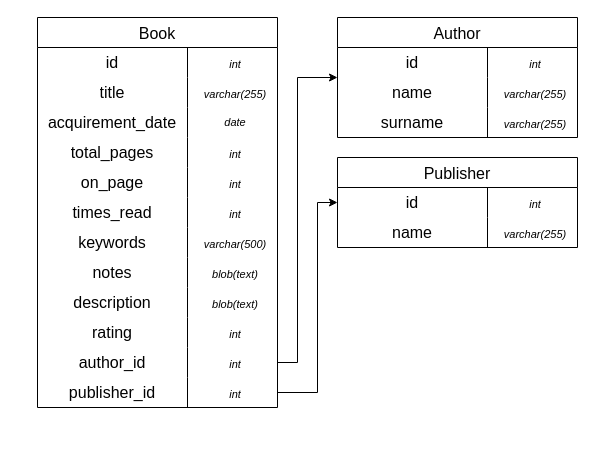
Earlier version of the draw.io diagram db/BooksDb.drawio (samzvi/BookDb). Source tidied: cells renumbered, new cells numbered last; positions are measured from the earlier drawing's top-left corner, leaving out a move shared by most shapes. Both pictures are drawn from the tidied source at 100%, with x=0, y=0 at pixel (37, 17).
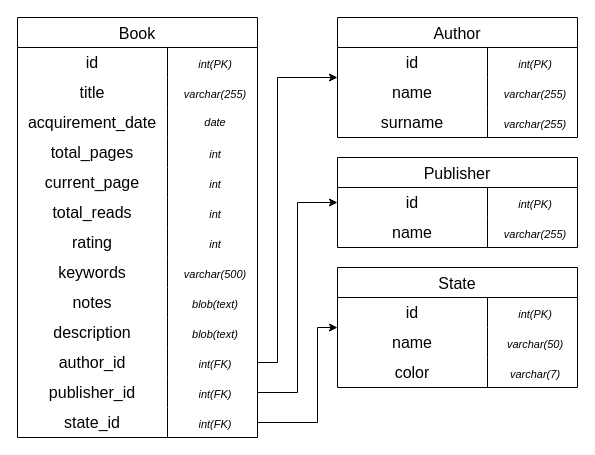
The same page after the edit.

Commit message (it also covers changes not shown here):
Updated db to contain State table

The change refers to these unchanged cells:
```xml
<mxCell id="3" style="shape=tableRow;horizontal=0;startSize=0;swimlaneHead=0;swimlaneBody=0;top=0;left=0;bottom=0;right=0;fillColor=none;strokeColor=inherit;fontSize=16;" parent="2" vertex="1">
  <mxGeometry y="30" width="240" height="30" as="geometry" />
</mxCell>
<mxCell id="15" style="shape=tableRow;horizontal=0;startSize=0;swimlaneHead=0;swimlaneBody=0;top=0;left=0;bottom=0;right=0;fillColor=none;strokeColor=inherit;fontSize=16;" parent="2" vertex="1">
  <mxGeometry y="150" width="240" height="30" as="geometry" />
</mxCell>
<mxCell id="18" style="shape=tableRow;horizontal=0;startSize=0;swimlaneHead=0;swimlaneBody=0;top=0;left=0;bottom=0;right=0;fillColor=none;strokeColor=inherit;fontSize=16;" parent="2" vertex="1">
  <mxGeometry y="180" width="240" height="30" as="geometry" />
</mxCell>
<mxCell id="33" style="shape=tableRow;horizontal=0;startSize=0;swimlaneHead=0;swimlaneBody=0;top=0;left=0;bottom=0;right=0;fillColor=none;points=[[0,0.5],[1,0.5]];portConstraint=eastwest;strokeColor=inherit;fontSize=16;" parent="2" vertex="1">
  <mxGeometry y="330" width="240" height="30" as="geometry" />
</mxCell>
<mxCell id="36" style="shape=tableRow;horizontal=0;startSize=0;swimlaneHead=0;swimlaneBody=0;top=0;left=0;bottom=0;right=0;fillColor=none;points=[[0,0.5],[1,0.5]];portConstraint=eastwest;strokeColor=inherit;fontSize=16;" parent="2" vertex="1">
  <mxGeometry y="360" width="240" height="30" as="geometry" />
</mxCell>
<mxCell id="39" value="Author" style="shape=table;startSize=30;childLayout=tableLayout;rowLines=0;fontStyle=0;strokeColor=default;fontSize=16;" parent="1" vertex="1">
  <mxGeometry x="300" width="240" height="120" as="geometry" />
</mxCell>
<mxCell id="40" style="shape=tableRow;horizontal=0;startSize=0;swimlaneHead=0;swimlaneBody=0;top=0;left=0;bottom=0;right=0;fillColor=none;strokeColor=inherit;fontSize=16;" parent="39" vertex="1">
  <mxGeometry y="30" width="240" height="30" as="geometry" />
</mxCell>
<mxCell id="49" value="Publisher" style="shape=table;startSize=30;childLayout=tableLayout;rowLines=0;fontStyle=0;strokeColor=default;fontSize=16;" parent="1" vertex="1">
  <mxGeometry x="300" y="140" width="240" height="90" as="geometry" />
</mxCell>
<mxCell id="50" style="shape=tableRow;horizontal=0;startSize=0;swimlaneHead=0;swimlaneBody=0;top=0;left=0;bottom=0;right=0;fillColor=none;strokeColor=inherit;fontSize=16;" parent="49" vertex="1">
  <mxGeometry y="30" width="240" height="30" as="geometry" />
</mxCell>
```

The edit, as a diff of the source:
```diff
@@
     <mxCell id="2" value="Book" style="shape=table;startSize=30;childLayout=tableLayout;rowLines=0;fontStyle=0;strokeColor=default;fontSize=16;" parent="1" vertex="1">
-      <mxGeometry width="240" height="390" as="geometry" />
+      <mxGeometry x="-20" width="240" height="420" as="geometry" />
     </mxCell>
@@
-    <mxCell id="5" value="&lt;font style=&quot;font-size: 11px;&quot;&gt;&lt;i&gt;int&lt;/i&gt;&lt;/font&gt;" style="shape=partialRectangle;html=1;whiteSpace=wrap;fillColor=none;top=0;left=0;bottom=0;right=0;align=center;spacingLeft=6;overflow=hidden;strokeColor=inherit;fontSize=16;" parent="3" vertex="1">
+    <mxCell id="5" value="&lt;font style=&quot;font-size: 11px;&quot;&gt;&lt;i&gt;int(PK)&lt;/i&gt;&lt;/font&gt;" style="shape=partialRectangle;html=1;whiteSpace=wrap;fillColor=none;top=0;left=0;bottom=0;right=0;align=center;spacingLeft=6;overflow=hidden;strokeColor=inherit;fontSize=16;" parent="3" vertex="1">
       <mxGeometry x="150" width="90" height="30" as="geometry" />
     </mxCell>
@@
-    <mxCell id="16" value="on_page" style="shape=partialRectangle;html=1;whiteSpace=wrap;fillColor=none;top=0;left=0;bottom=0;right=0;overflow=hidden;strokeColor=inherit;fontSize=16;" parent="15" vertex="1">
+    <mxCell id="16" value="current_page" style="shape=partialRectangle;html=1;whiteSpace=wrap;fillColor=none;top=0;left=0;bottom=0;right=0;overflow=hidden;strokeColor=inherit;fontSize=16;" parent="15" vertex="1">
       <mxGeometry width="150" height="30" as="geometry" />
     </mxCell>
@@
-    <mxCell id="19" value="times_read" style="shape=partialRectangle;html=1;whiteSpace=wrap;fillColor=none;top=0;left=0;bottom=0;right=0;overflow=hidden;strokeColor=inherit;fontSize=16;" parent="18" vertex="1">
+    <mxCell id="19" value="total_reads" style="shape=partialRectangle;html=1;whiteSpace=wrap;fillColor=none;top=0;left=0;bottom=0;right=0;overflow=hidden;strokeColor=inherit;fontSize=16;" parent="18" vertex="1">
       <mxGeometry width="150" height="30" as="geometry" />
     </mxCell>
@@
+    <mxCell id="30" style="shape=tableRow;horizontal=0;startSize=0;swimlaneHead=0;swimlaneBody=0;top=0;left=0;bottom=0;right=0;fillColor=none;strokeColor=inherit;fontSize=16;" parent="2" vertex="1">
+      <mxGeometry y="210" width="240" height="30" as="geometry" />
+    </mxCell>
+    <mxCell id="31" value="rating" style="shape=partialRectangle;html=1;whiteSpace=wrap;fillColor=none;top=0;left=0;bottom=0;right=0;overflow=hidden;strokeColor=inherit;fontSize=16;" parent="30" vertex="1">
+      <mxGeometry width="150" height="30" as="geometry" />
+    </mxCell>
+    <mxCell id="32" value="&lt;span style=&quot;font-size: 11px;&quot;&gt;&lt;i&gt;int&lt;/i&gt;&lt;/span&gt;" style="shape=partialRectangle;html=1;whiteSpace=wrap;fillColor=none;top=0;left=0;bottom=0;right=0;align=center;spacingLeft=6;overflow=hidden;strokeColor=inherit;fontSize=16;" parent="30" vertex="1">
+      <mxGeometry x="150" width="90" height="30" as="geometry" />
+    </mxCell>
     <mxCell id="21" style="shape=tableRow;horizontal=0;startSize=0;swimlaneHead=0;swimlaneBody=0;top=0;left=0;bottom=0;right=0;fillColor=none;strokeColor=inherit;fontSize=16;" parent="2" vertex="1">
-      <mxGeometry y="210" width="240" height="30" as="geometry" />
+      <mxGeometry y="240" width="240" height="30" as="geometry" />
     </mxCell>
@@
     <mxCell id="24" style="shape=tableRow;horizontal=0;startSize=0;swimlaneHead=0;swimlaneBody=0;top=0;left=0;bottom=0;right=0;fillColor=none;strokeColor=inherit;fontSize=16;" parent="2" vertex="1">
-      <mxGeometry y="240" width="240" height="30" as="geometry" />
+      <mxGeometry y="270" width="240" height="30" as="geometry" />
     </mxCell>
@@
     <mxCell id="27" style="shape=tableRow;horizontal=0;startSize=0;swimlaneHead=0;swimlaneBody=0;top=0;left=0;bottom=0;right=0;fillColor=none;strokeColor=inherit;fontSize=16;" parent="2" vertex="1">
-      <mxGeometry y="270" width="240" height="30" as="geometry" />
+      <mxGeometry y="300" width="240" height="30" as="geometry" />
     </mxCell>
@@
-    <mxCell id="30" style="shape=tableRow;horizontal=0;startSize=0;swimlaneHead=0;swimlaneBody=0;top=0;left=0;bottom=0;right=0;fillColor=none;strokeColor=inherit;fontSize=16;" parent="2" vertex="1">
-      <mxGeometry y="300" width="240" height="30" as="geometry" />
-    </mxCell>
-    <mxCell id="31" value="rating" style="shape=partialRectangle;html=1;whiteSpace=wrap;fillColor=none;top=0;left=0;bottom=0;right=0;overflow=hidden;strokeColor=inherit;fontSize=16;" parent="30" vertex="1">
-      <mxGeometry width="150" height="30" as="geometry" />
-    </mxCell>
-    <mxCell id="32" value="&lt;span style=&quot;font-size: 11px;&quot;&gt;&lt;i&gt;int&lt;/i&gt;&lt;/span&gt;" style="shape=partialRectangle;html=1;whiteSpace=wrap;fillColor=none;top=0;left=0;bottom=0;right=0;align=center;spacingLeft=6;overflow=hidden;strokeColor=inherit;fontSize=16;" parent="30" vertex="1">
-      <mxGeometry x="150" width="90" height="30" as="geometry" />
-    </mxCell>
@@
-    <mxCell id="35" value="&lt;span style=&quot;font-size: 11px;&quot;&gt;&lt;i&gt;int&lt;/i&gt;&lt;/span&gt;" style="shape=partialRectangle;html=1;whiteSpace=wrap;fillColor=none;top=0;left=0;bottom=0;right=0;align=center;spacingLeft=6;overflow=hidden;strokeColor=inherit;fontSize=16;" parent="33" vertex="1">
+    <mxCell id="35" value="&lt;span style=&quot;font-size: 11px;&quot;&gt;&lt;i&gt;int(FK)&lt;/i&gt;&lt;/span&gt;" style="shape=partialRectangle;html=1;whiteSpace=wrap;fillColor=none;top=0;left=0;bottom=0;right=0;align=center;spacingLeft=6;overflow=hidden;strokeColor=inherit;fontSize=16;" parent="33" vertex="1">
       <mxGeometry x="150" width="90" height="30" as="geometry" />
     </mxCell>
@@
-    <mxCell id="38" value="&lt;span style=&quot;font-size: 11px;&quot;&gt;&lt;i&gt;int&lt;/i&gt;&lt;/span&gt;" style="shape=partialRectangle;html=1;whiteSpace=wrap;fillColor=none;top=0;left=0;bottom=0;right=0;align=center;spacingLeft=6;overflow=hidden;strokeColor=inherit;fontSize=16;" parent="36" vertex="1">
+    <mxCell id="38" value="&lt;span style=&quot;font-size: 11px;&quot;&gt;&lt;i&gt;int(FK)&lt;/i&gt;&lt;/span&gt;" style="shape=partialRectangle;html=1;whiteSpace=wrap;fillColor=none;top=0;left=0;bottom=0;right=0;align=center;spacingLeft=6;overflow=hidden;strokeColor=inherit;fontSize=16;" parent="36" vertex="1">
       <mxGeometry x="150" width="90" height="30" as="geometry" />
     </mxCell>
+    <mxCell id="58" style="shape=tableRow;horizontal=0;startSize=0;swimlaneHead=0;swimlaneBody=0;top=0;left=0;bottom=0;right=0;fillColor=none;points=[[0,0.5],[1,0.5]];portConstraint=eastwest;strokeColor=inherit;fontSize=16;" parent="2" vertex="1">
+      <mxGeometry y="390" width="240" height="30" as="geometry" />
+    </mxCell>
+    <mxCell id="59" value="state_id" style="shape=partialRectangle;html=1;whiteSpace=wrap;fillColor=none;top=0;left=0;bottom=0;right=0;overflow=hidden;strokeColor=inherit;fontSize=16;" parent="58" vertex="1">
+      <mxGeometry width="150" height="30" as="geometry" />
+    </mxCell>
+    <mxCell id="60" value="&lt;span style=&quot;font-size: 11px;&quot;&gt;&lt;i&gt;int(FK)&lt;/i&gt;&lt;/span&gt;" style="shape=partialRectangle;html=1;whiteSpace=wrap;fillColor=none;top=0;left=0;bottom=0;right=0;align=center;spacingLeft=6;overflow=hidden;strokeColor=inherit;fontSize=16;" parent="58" vertex="1">
+      <mxGeometry x="150" width="90" height="30" as="geometry" />
+    </mxCell>
@@
-    <mxCell id="42" value="&lt;font style=&quot;font-size: 11px;&quot;&gt;&lt;i&gt;int&lt;/i&gt;&lt;/font&gt;" style="shape=partialRectangle;html=1;whiteSpace=wrap;fillColor=none;top=0;left=0;bottom=0;right=0;align=center;spacingLeft=6;overflow=hidden;strokeColor=inherit;fontSize=16;" parent="40" vertex="1">
+    <mxCell id="42" value="&lt;font style=&quot;font-size: 11px;&quot;&gt;&lt;i&gt;int&lt;/i&gt;&lt;/font&gt;&lt;i style=&quot;font-size: 11px; background-color: transparent; color: light-dark(rgb(0, 0, 0), rgb(255, 255, 255));&quot;&gt;(PK)&lt;/i&gt;" style="shape=partialRectangle;html=1;whiteSpace=wrap;fillColor=none;top=0;left=0;bottom=0;right=0;align=center;spacingLeft=6;overflow=hidden;strokeColor=inherit;fontSize=16;" parent="40" vertex="1">
       <mxGeometry x="150" width="90" height="30" as="geometry" />
     </mxCell>
@@
-    <mxCell id="52" value="&lt;font style=&quot;font-size: 11px;&quot;&gt;&lt;i&gt;int&lt;/i&gt;&lt;/font&gt;" style="shape=partialRectangle;html=1;whiteSpace=wrap;fillColor=none;top=0;left=0;bottom=0;right=0;align=center;spacingLeft=6;overflow=hidden;strokeColor=inherit;fontSize=16;" parent="50" vertex="1">
+    <mxCell id="52" value="&lt;font style=&quot;font-size: 11px;&quot;&gt;&lt;i&gt;int(PK)&lt;/i&gt;&lt;/font&gt;" style="shape=partialRectangle;html=1;whiteSpace=wrap;fillColor=none;top=0;left=0;bottom=0;right=0;align=center;spacingLeft=6;overflow=hidden;strokeColor=inherit;fontSize=16;" parent="50" vertex="1">
       <mxGeometry x="150" width="90" height="30" as="geometry" />
     </mxCell>
@@
     <mxCell id="56" style="edgeStyle=orthogonalEdgeStyle;rounded=0;jettySize=auto;html=1;" parent="1" edge="1" source="33" target="39">
       <mxGeometry relative="1" as="geometry">
         <Array as="points">
-          <mxPoint x="260" y="345" />
-          <mxPoint x="260" y="60" />
+          <mxPoint x="240" y="345" />
+          <mxPoint x="240" y="60" />
         </Array>
       </mxGeometry>
     </mxCell>
     <mxCell id="57" style="edgeStyle=orthogonalEdgeStyle;rounded=0;jettySize=auto;html=1;" parent="1" edge="1" source="36" target="49">
       <mxGeometry relative="1" as="geometry">
         <Array as="points">
-          <mxPoint x="280" y="375" />
-          <mxPoint x="280" y="185" />
+          <mxPoint x="260" y="375" />
+          <mxPoint x="260" y="185" />
         </Array>
       </mxGeometry>
     </mxCell>
+    <mxCell id="61" value="State" style="shape=table;startSize=30;childLayout=tableLayout;rowLines=0;fontStyle=0;strokeColor=default;fontSize=16;" parent="1" vertex="1">
+      <mxGeometry x="300" y="250" width="240" height="120" as="geometry" />
+    </mxCell>
+    <mxCell id="62" style="shape=tableRow;horizontal=0;startSize=0;swimlaneHead=0;swimlaneBody=0;top=0;left=0;bottom=0;right=0;fillColor=none;strokeColor=inherit;fontSize=16;" parent="61" vertex="1">
+      <mxGeometry y="30" width="240" height="30" as="geometry" />
+    </mxCell>
+    <mxCell id="63" value="id" style="shape=partialRectangle;html=1;whiteSpace=wrap;fillColor=none;top=0;left=0;bottom=0;right=0;overflow=hidden;strokeColor=inherit;fontSize=16;" parent="62" vertex="1">
+      <mxGeometry width="150" height="30" as="geometry" />
+    </mxCell>
+    <mxCell id="64" value="&lt;font style=&quot;font-size: 11px;&quot;&gt;&lt;i&gt;int&lt;/i&gt;&lt;/font&gt;&lt;i style=&quot;font-size: 11px; background-color: transparent; color: light-dark(rgb(0, 0, 0), rgb(255, 255, 255));&quot;&gt;(PK)&lt;/i&gt;" style="shape=partialRectangle;html=1;whiteSpace=wrap;fillColor=none;top=0;left=0;bottom=0;right=0;align=center;spacingLeft=6;overflow=hidden;strokeColor=inherit;fontSize=16;" parent="62" vertex="1">
+      <mxGeometry x="150" width="90" height="30" as="geometry" />
+    </mxCell>
+    <mxCell id="65" style="shape=tableRow;horizontal=0;startSize=0;swimlaneHead=0;swimlaneBody=0;top=0;left=0;bottom=0;right=0;fillColor=none;strokeColor=inherit;fontSize=16;" parent="61" vertex="1">
+      <mxGeometry y="60" width="240" height="30" as="geometry" />
+    </mxCell>
+    <mxCell id="66" value="name" style="shape=partialRectangle;html=1;whiteSpace=wrap;fillColor=none;top=0;left=0;bottom=0;right=0;overflow=hidden;strokeColor=inherit;fontSize=16;" parent="65" vertex="1">
+      <mxGeometry width="150" height="30" as="geometry" />
+    </mxCell>
+    <mxCell id="67" value="&lt;font style=&quot;line-height: 100%; font-size: 11px;&quot;&gt;&lt;i&gt;varchar(50)&lt;/i&gt;&lt;/font&gt;" style="shape=partialRectangle;html=1;whiteSpace=wrap;fillColor=none;top=0;left=0;bottom=0;right=0;align=center;spacingLeft=6;overflow=hidden;strokeColor=inherit;fontSize=16;" parent="65" vertex="1">
+      <mxGeometry x="150" width="90" height="30" as="geometry" />
+    </mxCell>
+    <mxCell id="68" style="shape=tableRow;horizontal=0;startSize=0;swimlaneHead=0;swimlaneBody=0;top=0;left=0;bottom=0;right=0;fillColor=none;strokeColor=inherit;fontSize=16;" parent="61" vertex="1">
+      <mxGeometry y="90" width="240" height="30" as="geometry" />
+    </mxCell>
+    <mxCell id="69" value="color" style="shape=partialRectangle;html=1;whiteSpace=wrap;fillColor=none;top=0;left=0;bottom=0;right=0;overflow=hidden;strokeColor=inherit;fontSize=16;" parent="68" vertex="1">
+      <mxGeometry width="150" height="30" as="geometry" />
+    </mxCell>
+    <mxCell id="70" value="&lt;font style=&quot;line-height: 100%; font-size: 11px;&quot;&gt;&lt;i&gt;varchar(7&lt;/i&gt;&lt;/font&gt;&lt;i style=&quot;font-size: 11px; background-color: transparent; color: light-dark(rgb(0, 0, 0), rgb(255, 255, 255));&quot;&gt;)&lt;/i&gt;" style="shape=partialRectangle;html=1;whiteSpace=wrap;fillColor=none;top=0;left=0;bottom=0;right=0;align=center;spacingLeft=6;overflow=hidden;strokeColor=inherit;fontSize=16;" parent="68" vertex="1">
+      <mxGeometry x="150" width="90" height="30" as="geometry" />
+    </mxCell>
+    <mxCell id="71" style="edgeStyle=orthogonalEdgeStyle;rounded=0;jettySize=auto;html=1;" parent="1" edge="1" source="58" target="61">
+      <mxGeometry relative="1" as="geometry">
+        <Array as="points">
+          <mxPoint x="280" y="405" />
+          <mxPoint x="280" y="310" />
+        </Array>
+      </mxGeometry>
+    </mxCell>
```
